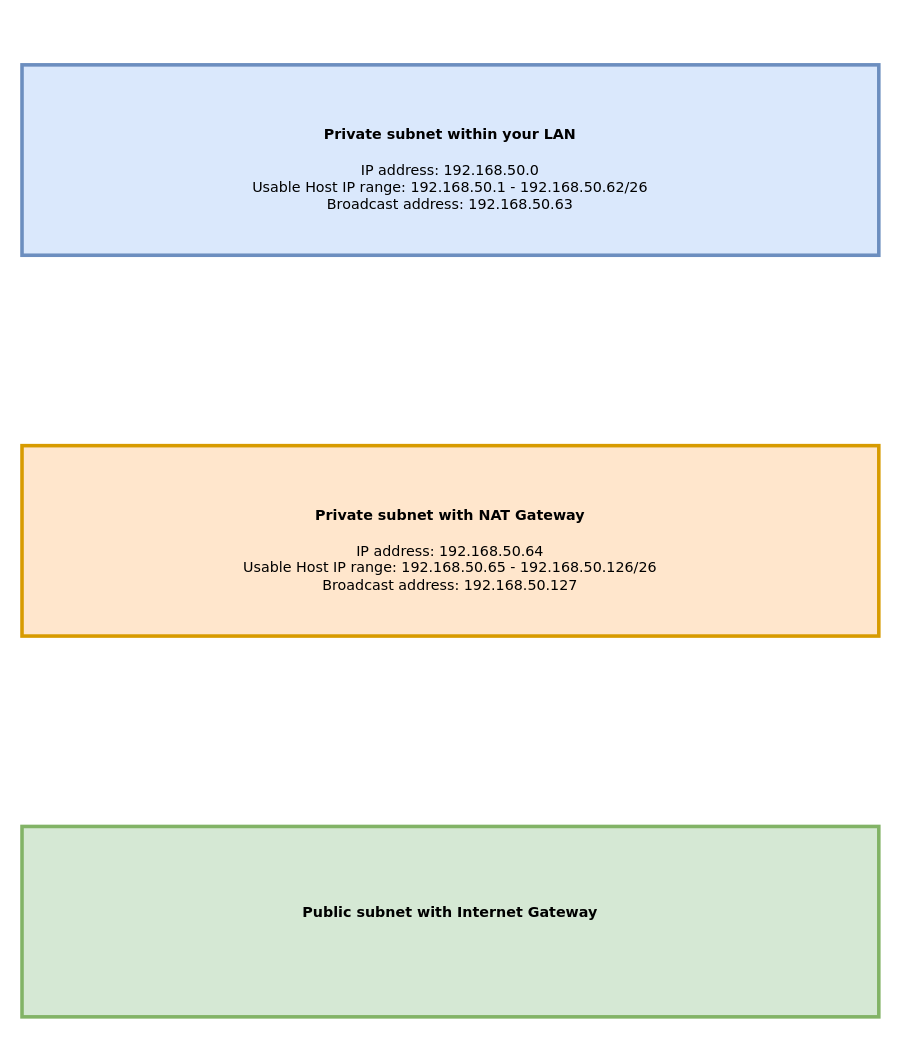
Above: page "Pagina-1" (1 of 2) of 00_includes/NTW-06 Subnetting.drawio in Techgrounds-Cloud-9/cloud-9-Ephraim52 (draw.io), before the change. Source tidied: cells renumbered, new cells numbered last; positions are measured from the earlier drawing's top-left corner, leaving out a move shared by most shapes. Both pictures are drawn from the tidied source at 119%, with x=0, y=0 at pixel (21, 64). Pictures stored in the file or linked from it are replaced by grey dashed boxes.
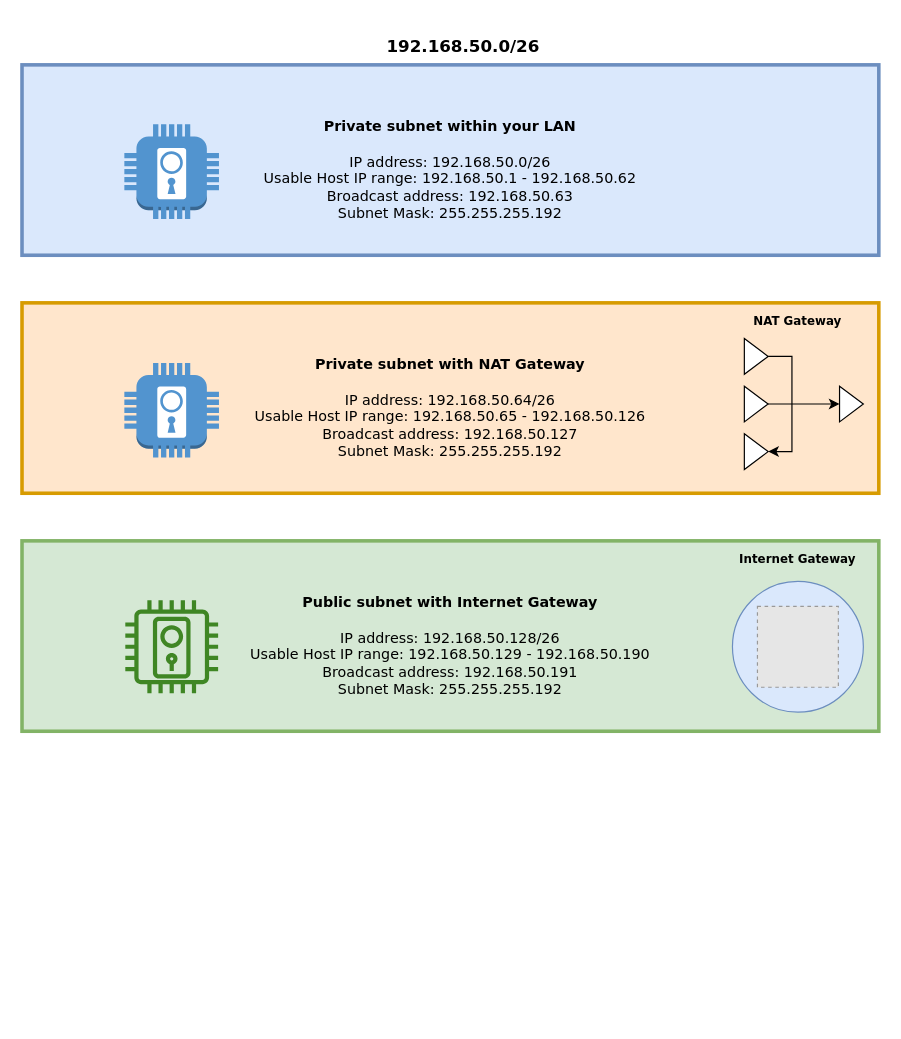
The same diagram, later.

Diff of the diagram source:
```diff
@@
 <mxGraphModel>
   <root>
     <mxCell id="0" />
     <mxCell id="1" parent="0" />
-    <mxCell id="2" value="&lt;h4&gt;Private subnet within your LAN&lt;/h4&gt;&lt;div&gt;IP address: 192.168.50.0&lt;/div&gt;&lt;div&gt;Usable Host IP range: 192.168.50.1 - 192.168.50.62/26&lt;/div&gt;&lt;div&gt;Broadcast address: 192.168.50.63&lt;/div&gt;" style="rounded=0;whiteSpace=wrap;html=1;strokeWidth=3;fillColor=#dae8fc;strokeColor=#6c8ebf;fontFamily=Verdana;align=center;" parent="1" vertex="1">
+    <mxCell id="2" value="&lt;h4&gt;Private subnet within your LAN&lt;/h4&gt;&lt;div&gt;IP address: 192.168.50.0/26&lt;/div&gt;&lt;div&gt;Usable Host IP range: 192.168.50.1 - 192.168.50.62&lt;/div&gt;&lt;div&gt;Broadcast address: 192.168.50.63&lt;/div&gt;&lt;div&gt;Subnet Mask: 255.255.255.192&lt;/div&gt;" style="rounded=0;whiteSpace=wrap;html=1;strokeWidth=3;fillColor=#dae8fc;strokeColor=#6c8ebf;fontFamily=Verdana;align=center;" parent="1" vertex="1">
       <mxGeometry width="720" height="160" as="geometry" />
     </mxCell>
-    <mxCell id="3" value="&lt;h4&gt;&lt;font face=&quot;Verdana&quot;&gt;Private subnet with NAT Gateway&lt;/font&gt;&lt;/h4&gt;&lt;div&gt;&lt;font face=&quot;Verdana&quot;&gt;IP address: 192.168.50.64&lt;/font&gt;&lt;/div&gt;&lt;div&gt;&lt;font face=&quot;Verdana&quot;&gt;Usable Host IP range: 192.168.50.65 - 192.168.50.126/26&lt;/font&gt;&lt;/div&gt;&lt;div&gt;&lt;font face=&quot;Verdana&quot;&gt;Broadcast address: 192.168.50.127&lt;/font&gt;&lt;/div&gt;" style="rounded=0;whiteSpace=wrap;html=1;strokeWidth=3;fillColor=#ffe6cc;strokeColor=#d79b00;" parent="1" vertex="1">
-      <mxGeometry y="320" width="720" height="160" as="geometry" />
+    <mxCell id="3" value="&lt;h4&gt;&lt;font face=&quot;Verdana&quot;&gt;Private subnet with NAT Gateway&lt;/font&gt;&lt;/h4&gt;&lt;div&gt;&lt;font face=&quot;Verdana&quot;&gt;IP address: 192.168.50.64/26&lt;/font&gt;&lt;/div&gt;&lt;div&gt;&lt;font face=&quot;Verdana&quot;&gt;Usable Host IP range: 192.168.50.65 - 192.168.50.126&lt;/font&gt;&lt;/div&gt;&lt;div&gt;&lt;font face=&quot;Verdana&quot;&gt;Broadcast address: 192.168.50.127&lt;/font&gt;&lt;/div&gt;&lt;div&gt;&lt;font face=&quot;Verdana&quot;&gt;Subnet Mask: 255.255.255.192&lt;/font&gt;&lt;/div&gt;" style="rounded=0;whiteSpace=wrap;html=1;strokeWidth=3;fillColor=#ffe6cc;strokeColor=#d79b00;" parent="1" vertex="1">
+      <mxGeometry y="200" width="720" height="160" as="geometry" />
     </mxCell>
-    <mxCell id="4" value="&lt;h4&gt;Public subnet with Internet Gateway&lt;/h4&gt;&lt;div&gt;&lt;br&gt;&lt;/div&gt;" style="rounded=0;whiteSpace=wrap;html=1;strokeWidth=3;fillColor=#d5e8d4;strokeColor=#82b366;fontFamily=Verdana;" parent="1" vertex="1">
-      <mxGeometry y="640" width="720" height="160" as="geometry" />
+    <mxCell id="4" value="&lt;h4&gt;Public subnet with Internet Gateway&lt;/h4&gt;&lt;div&gt;IP address: 192.168.50.128/26&lt;/div&gt;&lt;div&gt;Usable Host IP range: 192.168.50.129 - 192.168.50.190&lt;/div&gt;&lt;div&gt;Broadcast address: 192.168.50.191&lt;/div&gt;&lt;div&gt;Subnet Mask: 255.255.255.192&lt;/div&gt;" style="rounded=0;whiteSpace=wrap;html=1;strokeWidth=3;fillColor=#d5e8d4;strokeColor=#82b366;fontFamily=Verdana;" parent="1" vertex="1">
+      <mxGeometry y="400" width="720" height="160" as="geometry" />
     </mxCell>
+    <mxCell id="5" style="edgeStyle=orthogonalEdgeStyle;rounded=0;jettySize=auto;html=1;exitX=1;exitY=0.5;exitDx=0;exitDy=0;entryX=1;entryY=0.5;entryDx=0;entryDy=0;" parent="1" edge="1" source="6" target="9">
+      <mxGeometry relative="1" as="geometry" />
+    </mxCell>
+    <mxCell id="6" style="triangle;whiteSpace=wrap;html=1;" parent="1" vertex="1">
+      <mxGeometry x="607" y="230" width="20" height="30" as="geometry" />
+    </mxCell>
+    <mxCell id="7" style="edgeStyle=orthogonalEdgeStyle;rounded=0;jettySize=auto;html=1;exitX=1;exitY=0.5;exitDx=0;exitDy=0;" parent="1" edge="1" source="8" target="10">
+      <mxGeometry relative="1" as="geometry" />
+    </mxCell>
+    <mxCell id="8" style="triangle;whiteSpace=wrap;html=1;" parent="1" vertex="1">
+      <mxGeometry x="607" y="270" width="20" height="30" as="geometry" />
+    </mxCell>
+    <mxCell id="9" style="triangle;whiteSpace=wrap;html=1;" parent="1" vertex="1">
+      <mxGeometry x="607" y="310" width="20" height="30" as="geometry" />
+    </mxCell>
+    <mxCell id="10" style="triangle;whiteSpace=wrap;html=1;" parent="1" vertex="1">
+      <mxGeometry x="687" y="270" width="20" height="30" as="geometry" />
+    </mxCell>
+    <mxCell id="11" value="&lt;h5&gt;&lt;font face=&quot;Verdana&quot;&gt;NAT Gateway&lt;/font&gt;&lt;/h5&gt;" style="text;html=1;strokeColor=none;fillColor=none;align=center;verticalAlign=middle;whiteSpace=wrap;rounded=0;" parent="1" vertex="1">
+      <mxGeometry x="597" y="200" width="110" height="30" as="geometry" />
+    </mxCell>
+    <mxCell id="12" style="ellipse;whiteSpace=wrap;html=1;fontFamily=Verdana;fillColor=#dae8fc;strokeColor=#6c8ebf;" parent="1" vertex="1">
+      <mxGeometry x="597" y="434" width="110" height="110" as="geometry" />
+    </mxCell>
+    <mxCell id="13" style="fillColor=#E6E6E6;strokeColor=#999999;dashed=1;html=1;verticalAlign=top;verticalLabelPosition=bottom;labelBackgroundColor=#ffffff;fontFamily=Verdana;" parent="1" vertex="1">
+      <mxGeometry x="618" y="455" width="68" height="68" as="geometry" />
+    </mxCell>
+    <mxCell id="14" value="&lt;h5&gt;Internet Gateway&lt;/h5&gt;" style="text;html=1;strokeColor=none;fillColor=none;align=center;verticalAlign=middle;whiteSpace=wrap;rounded=0;fontFamily=Verdana;" parent="1" vertex="1">
+      <mxGeometry x="587" y="400" width="130" height="30" as="geometry" />
+    </mxCell>
+    <mxCell id="15" value="&lt;h3&gt;192.168.50.0/26&lt;/h3&gt;" style="text;html=1;strokeColor=none;fillColor=none;align=center;verticalAlign=middle;whiteSpace=wrap;rounded=0;fontFamily=Verdana;" parent="1" vertex="1">
+      <mxGeometry x="256" y="-30" width="230" height="30" as="geometry" />
+    </mxCell>
+    <mxCell id="16" style="dashed=0;verticalLabelPosition=bottom;verticalAlign=top;align=center;html=1;shape=mxgraph.aws3.door_lock;fillColor=#5294CF;gradientColor=none;fontFamily=Verdana;" parent="1" vertex="1">
+      <mxGeometry x="86" y="50" width="79.5" height="79.5" as="geometry" />
+    </mxCell>
+    <mxCell id="17" style="dashed=0;verticalLabelPosition=bottom;verticalAlign=top;align=center;html=1;shape=mxgraph.aws3.door_lock;fillColor=#5294CF;gradientColor=none;fontFamily=Verdana;" parent="1" vertex="1">
+      <mxGeometry x="86" y="250.5" width="79.5" height="79.5" as="geometry" />
+    </mxCell>
+    <mxCell id="18" style="sketch=0;fontColor=#232F3E;gradientColor=none;fillColor=#3F8624;strokeColor=none;dashed=0;verticalLabelPosition=bottom;verticalAlign=top;align=center;html=1;fontSize=12;fontStyle=0;shape=mxgraph.aws4.door_lock;fontFamily=Verdana;" parent="1" vertex="1">
+      <mxGeometry x="86.8" y="450" width="78" height="78" as="geometry" />
+    </mxCell>
   </root>
 </mxGraphModel>
```
